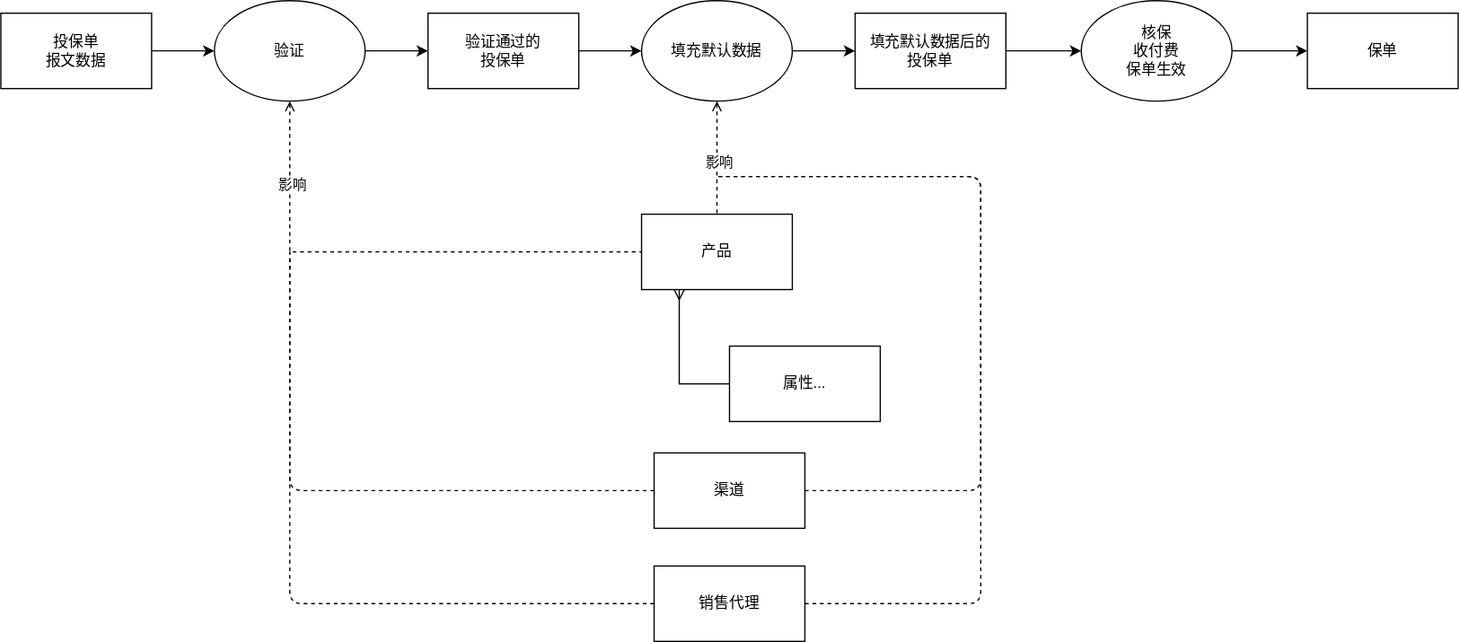
Above: docs/methodology/model/cases/例子-出单价值流.drawio.svg in XuefengWu/onepiece (draw.io), before the change. Source tidied: cells renumbered, new cells last; positions are measured from the earlier drawing's top-left corner, leaving out a move shared by most shapes. Its diagram source:
```xml
<mxGraphModel>
  <root>
    <mxCell id="0" />
    <mxCell id="1" parent="0" />
    <mxCell id="2" style="edgeStyle=orthogonalEdgeStyle;rounded=0;jettySize=auto;html=1;" parent="1" edge="1" source="3" target="7">
      <mxGeometry relative="1" as="geometry" />
    </mxCell>
    <mxCell id="3" value="投保单&lt;br&gt;报文数据" style="rounded=0;whiteSpace=wrap;html=1;" parent="1" vertex="1">
      <mxGeometry y="10" width="120" height="60" as="geometry" />
    </mxCell>
    <mxCell id="4" style="edgeStyle=orthogonalEdgeStyle;rounded=0;jettySize=auto;html=1;entryX=0;entryY=0.5;entryDx=0;entryDy=0;" parent="1" edge="1" source="7" target="9">
      <mxGeometry relative="1" as="geometry" />
    </mxCell>
    <mxCell id="5" style="edgeStyle=orthogonalEdgeStyle;rounded=0;jettySize=auto;html=1;entryX=0;entryY=0.5;entryDx=0;entryDy=0;exitX=0.5;exitY=1;exitDx=0;exitDy=0;endArrow=none;endFill=0;startArrow=open;startFill=0;dashed=1;" parent="1" edge="1" source="7" target="19">
      <mxGeometry relative="1" as="geometry">
        <Array as="points">
          <mxPoint x="230" y="200" />
        </Array>
      </mxGeometry>
    </mxCell>
    <mxCell id="6" value="影响" style="edgeLabel;html=1;align=center;verticalAlign=middle;" parent="5" vertex="1">
      <mxGeometry x="-0.67" y="1" relative="1" as="geometry" />
    </mxCell>
    <mxCell id="7" value="验证" style="ellipse;whiteSpace=wrap;html=1;" parent="1" vertex="1">
      <mxGeometry x="170" width="120" height="80" as="geometry" />
    </mxCell>
    <mxCell id="8" style="edgeStyle=orthogonalEdgeStyle;rounded=0;jettySize=auto;html=1;entryX=0;entryY=0.5;entryDx=0;entryDy=0;" parent="1" edge="1" source="9" target="13">
      <mxGeometry relative="1" as="geometry" />
    </mxCell>
    <mxCell id="9" value="验证通过的&lt;br&gt;投保单" style="rounded=0;whiteSpace=wrap;html=1;" parent="1" vertex="1">
      <mxGeometry x="340" y="10" width="120" height="60" as="geometry" />
    </mxCell>
    <mxCell id="10" style="edgeStyle=orthogonalEdgeStyle;rounded=0;jettySize=auto;html=1;" parent="1" edge="1" source="13" target="15">
      <mxGeometry relative="1" as="geometry" />
    </mxCell>
    <mxCell id="11" style="edgeStyle=orthogonalEdgeStyle;rounded=0;jettySize=auto;html=1;entryX=0.5;entryY=0;entryDx=0;entryDy=0;endArrow=none;endFill=0;dashed=1;startArrow=open;startFill=0;" parent="1" edge="1" source="13" target="19">
      <mxGeometry relative="1" as="geometry" />
    </mxCell>
    <mxCell id="12" value="影响" style="edgeLabel;html=1;align=center;verticalAlign=middle;" parent="11" vertex="1">
      <mxGeometry x="0.07" y="1" relative="1" as="geometry" />
    </mxCell>
    <mxCell id="13" value="填充默认数据" style="ellipse;whiteSpace=wrap;html=1;" parent="1" vertex="1">
      <mxGeometry x="510" width="120" height="80" as="geometry" />
    </mxCell>
    <mxCell id="14" style="edgeStyle=orthogonalEdgeStyle;rounded=0;jettySize=auto;html=1;" parent="1" edge="1" source="15" target="17">
      <mxGeometry relative="1" as="geometry" />
    </mxCell>
    <mxCell id="15" value="填充默认数据后的&lt;br&gt;投保单" style="rounded=0;whiteSpace=wrap;html=1;" parent="1" vertex="1">
      <mxGeometry x="680" y="10" width="120" height="60" as="geometry" />
    </mxCell>
    <mxCell id="16" style="edgeStyle=orthogonalEdgeStyle;rounded=0;jettySize=auto;html=1;entryX=0;entryY=0.5;entryDx=0;entryDy=0;" parent="1" edge="1" source="17" target="18">
      <mxGeometry relative="1" as="geometry" />
    </mxCell>
    <mxCell id="17" value="核保&lt;br&gt;收付费&lt;br&gt;保单生效" style="ellipse;whiteSpace=wrap;html=1;" parent="1" vertex="1">
      <mxGeometry x="860" width="120" height="80" as="geometry" />
    </mxCell>
    <mxCell id="18" value="保单" style="rounded=0;whiteSpace=wrap;html=1;" parent="1" vertex="1">
      <mxGeometry x="1040" y="10" width="120" height="60" as="geometry" />
    </mxCell>
    <mxCell id="19" value="产品" style="rounded=0;whiteSpace=wrap;html=1;" parent="1" vertex="1">
      <mxGeometry x="510" y="170" width="120" height="60" as="geometry" />
    </mxCell>
    <mxCell id="20" style="edgeStyle=orthogonalEdgeStyle;rounded=0;jettySize=auto;html=1;entryX=0.25;entryY=1;entryDx=0;entryDy=0;endArrow=ERmany;endFill=0;" parent="1" edge="1" source="21" target="19">
      <mxGeometry relative="1" as="geometry">
        <Array as="points">
          <mxPoint x="540" y="305" />
        </Array>
      </mxGeometry>
    </mxCell>
    <mxCell id="21" value="属性..." style="rounded=0;whiteSpace=wrap;html=1;" parent="1" vertex="1">
      <mxGeometry x="580" y="275" width="120" height="60" as="geometry" />
    </mxCell>
    <mxCell id="22" value="渠道" style="rounded=0;whiteSpace=wrap;html=1;" parent="1" vertex="1">
      <mxGeometry x="520" y="360" width="120" height="60" as="geometry" />
    </mxCell>
    <mxCell id="23" value="销售代理" style="rounded=0;whiteSpace=wrap;html=1;" parent="1" vertex="1">
      <mxGeometry x="520" y="450" width="120" height="60" as="geometry" />
    </mxCell>
    <mxCell id="24" style="endArrow=none;dashed=1;html=1;exitX=0;exitY=0.5;exitDx=0;exitDy=0;" parent="1" edge="1" source="22">
      <mxGeometry relative="1" as="geometry">
        <mxPoint x="230" y="200" as="targetPoint" />
        <Array as="points">
          <mxPoint x="230" y="390" />
        </Array>
      </mxGeometry>
    </mxCell>
    <mxCell id="25" style="endArrow=none;dashed=1;html=1;exitX=0;exitY=0.5;exitDx=0;exitDy=0;" parent="1" edge="1" source="23">
      <mxGeometry relative="1" as="geometry">
        <mxPoint x="230" y="200" as="targetPoint" />
        <Array as="points">
          <mxPoint x="230" y="480" />
        </Array>
      </mxGeometry>
    </mxCell>
    <mxCell id="26" style="endArrow=none;dashed=1;html=1;exitX=1;exitY=0.5;exitDx=0;exitDy=0;" parent="1" edge="1" source="22">
      <mxGeometry relative="1" as="geometry">
        <mxPoint x="570" y="140" as="targetPoint" />
        <Array as="points">
          <mxPoint x="780" y="390" />
          <mxPoint x="780" y="140" />
        </Array>
      </mxGeometry>
    </mxCell>
    <mxCell id="27" style="endArrow=none;dashed=1;html=1;exitX=1;exitY=0.5;exitDx=0;exitDy=0;" parent="1" edge="1" source="23">
      <mxGeometry relative="1" as="geometry">
        <mxPoint x="570" y="140" as="targetPoint" />
        <Array as="points">
          <mxPoint x="780" y="480" />
          <mxPoint x="780" y="140" />
        </Array>
      </mxGeometry>
    </mxCell>
  </root>
</mxGraphModel>
```
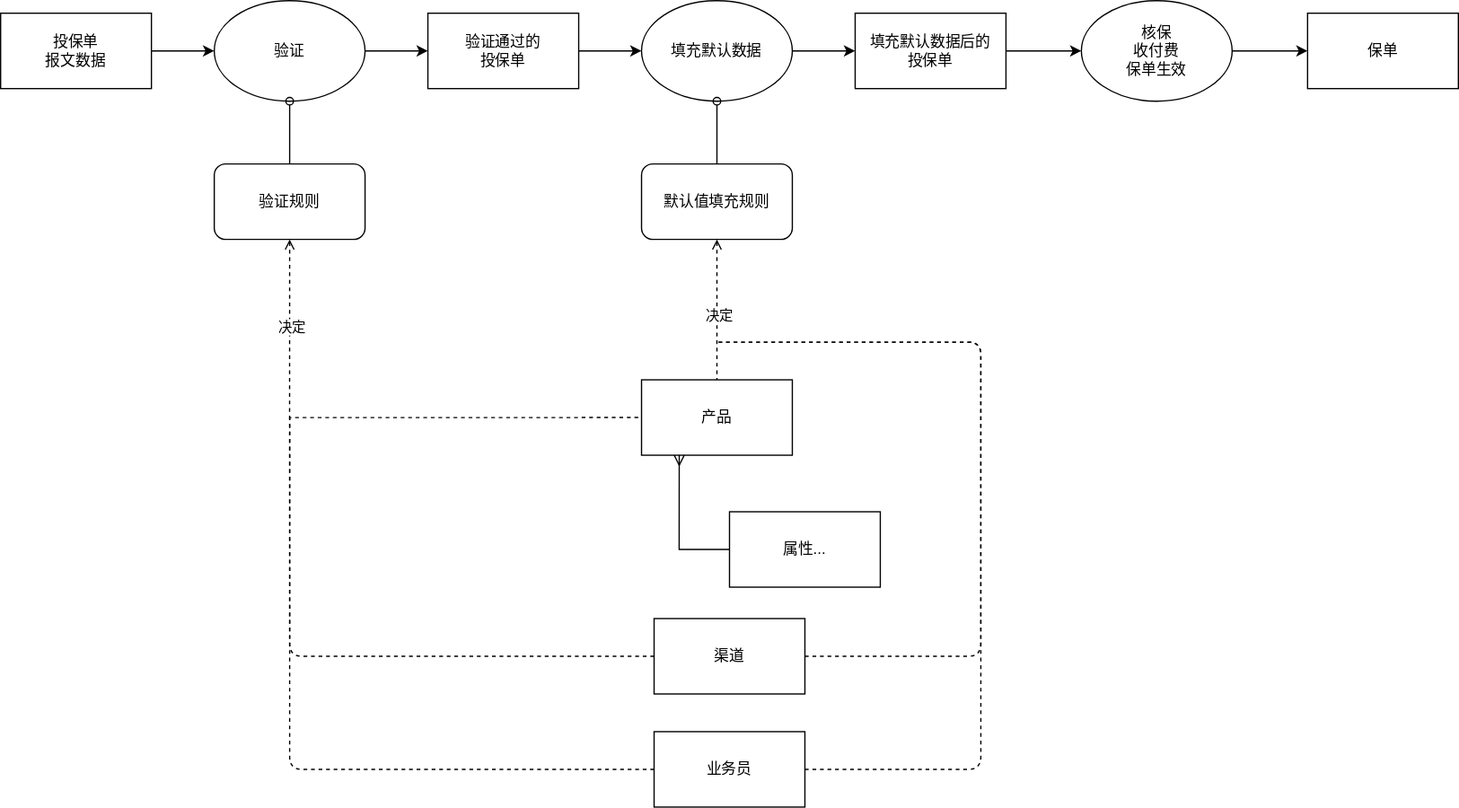
After the commit.

Commit message:
价值流模型例子更新

What changed in the source:
```diff
@@ -11,14 +11,14 @@
     <mxCell id="4" style="edgeStyle=orthogonalEdgeStyle;rounded=0;jettySize=auto;html=1;entryX=0;entryY=0.5;entryDx=0;entryDy=0;" parent="1" edge="1" source="7" target="9">
       <mxGeometry relative="1" as="geometry" />
     </mxCell>
-    <mxCell id="5" style="edgeStyle=orthogonalEdgeStyle;rounded=0;jettySize=auto;html=1;entryX=0;entryY=0.5;entryDx=0;entryDy=0;exitX=0.5;exitY=1;exitDx=0;exitDy=0;endArrow=none;endFill=0;startArrow=open;startFill=0;dashed=1;" parent="1" edge="1" source="7" target="19">
+    <mxCell id="5" style="edgeStyle=orthogonalEdgeStyle;rounded=0;jettySize=auto;html=1;entryX=0;entryY=0.5;entryDx=0;entryDy=0;exitX=0.5;exitY=1;exitDx=0;exitDy=0;endArrow=none;endFill=0;startArrow=open;startFill=0;dashed=1;" parent="1" edge="1" source="29" target="19">
       <mxGeometry relative="1" as="geometry">
         <Array as="points">
-          <mxPoint x="230" y="200" />
+          <mxPoint x="230" y="332" />
         </Array>
       </mxGeometry>
     </mxCell>
-    <mxCell id="6" value="影响" style="edgeLabel;html=1;align=center;verticalAlign=middle;" parent="5" vertex="1">
+    <mxCell id="6" value="决定" style="edgeLabel;html=1;align=center;verticalAlign=middle;" parent="5" vertex="1">
       <mxGeometry x="-0.67" y="1" relative="1" as="geometry" />
     </mxCell>
     <mxCell id="7" value="验证" style="ellipse;whiteSpace=wrap;html=1;" parent="1" vertex="1">
@@ -33,10 +33,10 @@
     <mxCell id="10" style="edgeStyle=orthogonalEdgeStyle;rounded=0;jettySize=auto;html=1;" parent="1" edge="1" source="13" target="15">
       <mxGeometry relative="1" as="geometry" />
     </mxCell>
-    <mxCell id="11" style="edgeStyle=orthogonalEdgeStyle;rounded=0;jettySize=auto;html=1;entryX=0.5;entryY=0;entryDx=0;entryDy=0;endArrow=none;endFill=0;dashed=1;startArrow=open;startFill=0;" parent="1" edge="1" source="13" target="19">
+    <mxCell id="11" style="edgeStyle=orthogonalEdgeStyle;rounded=0;jettySize=auto;html=1;entryX=0.5;entryY=0;entryDx=0;entryDy=0;endArrow=none;endFill=0;dashed=1;startArrow=open;startFill=0;" parent="1" edge="1" source="31" target="19">
       <mxGeometry relative="1" as="geometry" />
     </mxCell>
-    <mxCell id="12" value="影响" style="edgeLabel;html=1;align=center;verticalAlign=middle;" parent="11" vertex="1">
+    <mxCell id="12" value="决定" style="edgeLabel;html=1;align=center;verticalAlign=middle;" parent="11" vertex="1">
       <mxGeometry x="0.07" y="1" relative="1" as="geometry" />
     </mxCell>
     <mxCell id="13" value="填充默认数据" style="ellipse;whiteSpace=wrap;html=1;" parent="1" vertex="1">
@@ -58,57 +58,69 @@
       <mxGeometry x="1040" y="10" width="120" height="60" as="geometry" />
     </mxCell>
     <mxCell id="19" value="产品" style="rounded=0;whiteSpace=wrap;html=1;" parent="1" vertex="1">
-      <mxGeometry x="510" y="170" width="120" height="60" as="geometry" />
+      <mxGeometry x="510" y="301.8" width="120" height="60" as="geometry" />
     </mxCell>
     <mxCell id="20" style="edgeStyle=orthogonalEdgeStyle;rounded=0;jettySize=auto;html=1;entryX=0.25;entryY=1;entryDx=0;entryDy=0;endArrow=ERmany;endFill=0;" parent="1" edge="1" source="21" target="19">
       <mxGeometry relative="1" as="geometry">
         <Array as="points">
-          <mxPoint x="540" y="305" />
+          <mxPoint x="540" y="436.8" />
         </Array>
       </mxGeometry>
     </mxCell>
     <mxCell id="21" value="属性..." style="rounded=0;whiteSpace=wrap;html=1;" parent="1" vertex="1">
-      <mxGeometry x="580" y="275" width="120" height="60" as="geometry" />
+      <mxGeometry x="580" y="406.8" width="120" height="60" as="geometry" />
     </mxCell>
     <mxCell id="22" value="渠道" style="rounded=0;whiteSpace=wrap;html=1;" parent="1" vertex="1">
-      <mxGeometry x="520" y="360" width="120" height="60" as="geometry" />
+      <mxGeometry x="520" y="491.8" width="120" height="60" as="geometry" />
     </mxCell>
-    <mxCell id="23" value="销售代理" style="rounded=0;whiteSpace=wrap;html=1;" parent="1" vertex="1">
-      <mxGeometry x="520" y="450" width="120" height="60" as="geometry" />
+    <mxCell id="23" value="业务员" style="rounded=0;whiteSpace=wrap;html=1;" parent="1" vertex="1">
+      <mxGeometry x="520" y="581.8" width="120" height="60" as="geometry" />
     </mxCell>
     <mxCell id="24" style="endArrow=none;dashed=1;html=1;exitX=0;exitY=0.5;exitDx=0;exitDy=0;" parent="1" edge="1" source="22">
       <mxGeometry relative="1" as="geometry">
-        <mxPoint x="230" y="200" as="targetPoint" />
+        <mxPoint x="230" y="331.8" as="targetPoint" />
         <Array as="points">
-          <mxPoint x="230" y="390" />
+          <mxPoint x="230" y="521.8" />
         </Array>
       </mxGeometry>
     </mxCell>
     <mxCell id="25" style="endArrow=none;dashed=1;html=1;exitX=0;exitY=0.5;exitDx=0;exitDy=0;" parent="1" edge="1" source="23">
       <mxGeometry relative="1" as="geometry">
-        <mxPoint x="230" y="200" as="targetPoint" />
+        <mxPoint x="230" y="331.8" as="targetPoint" />
         <Array as="points">
-          <mxPoint x="230" y="480" />
+          <mxPoint x="230" y="611.8" />
         </Array>
       </mxGeometry>
     </mxCell>
     <mxCell id="26" style="endArrow=none;dashed=1;html=1;exitX=1;exitY=0.5;exitDx=0;exitDy=0;" parent="1" edge="1" source="22">
       <mxGeometry relative="1" as="geometry">
-        <mxPoint x="570" y="140" as="targetPoint" />
+        <mxPoint x="570" y="271.8" as="targetPoint" />
         <Array as="points">
-          <mxPoint x="780" y="390" />
-          <mxPoint x="780" y="140" />
+          <mxPoint x="780" y="521.8" />
+          <mxPoint x="780" y="271.8" />
         </Array>
       </mxGeometry>
     </mxCell>
     <mxCell id="27" style="endArrow=none;dashed=1;html=1;exitX=1;exitY=0.5;exitDx=0;exitDy=0;" parent="1" edge="1" source="23">
       <mxGeometry relative="1" as="geometry">
-        <mxPoint x="570" y="140" as="targetPoint" />
+        <mxPoint x="570" y="271.8" as="targetPoint" />
         <Array as="points">
-          <mxPoint x="780" y="480" />
-          <mxPoint x="780" y="140" />
+          <mxPoint x="780" y="611.8" />
+          <mxPoint x="780" y="271.8" />
         </Array>
       </mxGeometry>
     </mxCell>
+    <mxCell id="28" style="edgeStyle=orthogonalEdgeStyle;rounded=0;jettySize=auto;html=1;entryX=0.5;entryY=1;entryDx=0;entryDy=0;endArrow=oval;endFill=0;" parent="1" edge="1" source="29" target="7">
+      <mxGeometry relative="1" as="geometry" />
+    </mxCell>
+    <mxCell id="29" value="验证规则" style="rounded=1;whiteSpace=wrap;html=1;" parent="1" vertex="1">
+      <mxGeometry x="170" y="130" width="120" height="60" as="geometry" />
+    </mxCell>
+    <mxCell id="30" style="edgeStyle=orthogonalEdgeStyle;rounded=0;jettySize=auto;html=1;entryX=0.5;entryY=1;entryDx=0;entryDy=0;endArrow=oval;endFill=0;" parent="1" edge="1" source="31" target="13">
+      <mxGeometry relative="1" as="geometry" />
+    </mxCell>
+    <mxCell id="31" value="默认值填充规则" style="rounded=1;whiteSpace=wrap;html=1;" parent="1" vertex="1">
+      <mxGeometry x="510" y="130" width="120" height="60" as="geometry" />
+    </mxCell>
   </root>
 </mxGraphModel>
```
